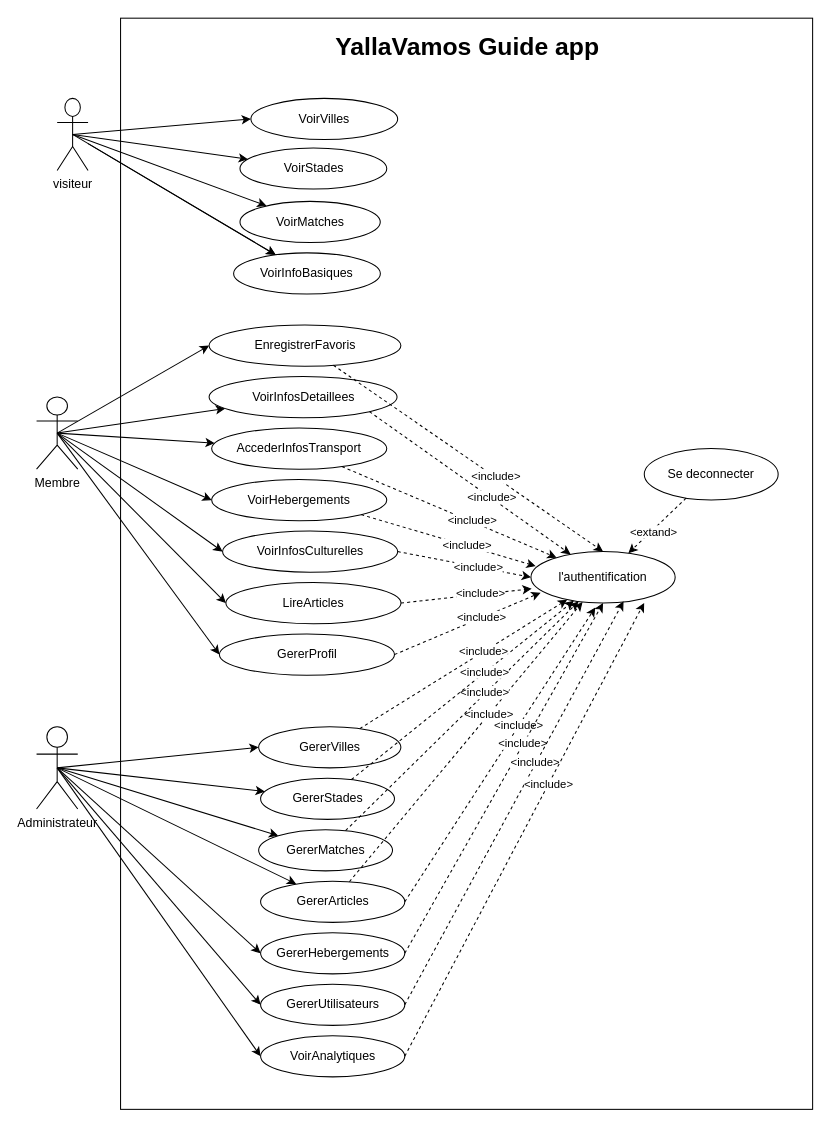
This is docs/useCase.drawio from Drissnafii/YallaVamos-Artisana, a draw.io file, before an edit. Source tidied: cells renumbered, new cells numbered last; positions are measured from the earlier drawing's top-left corner, leaving out a move shared by most shapes. Both pictures are drawn from the tidied source at 103%, with x=0, y=0 at pixel (-79, 26).
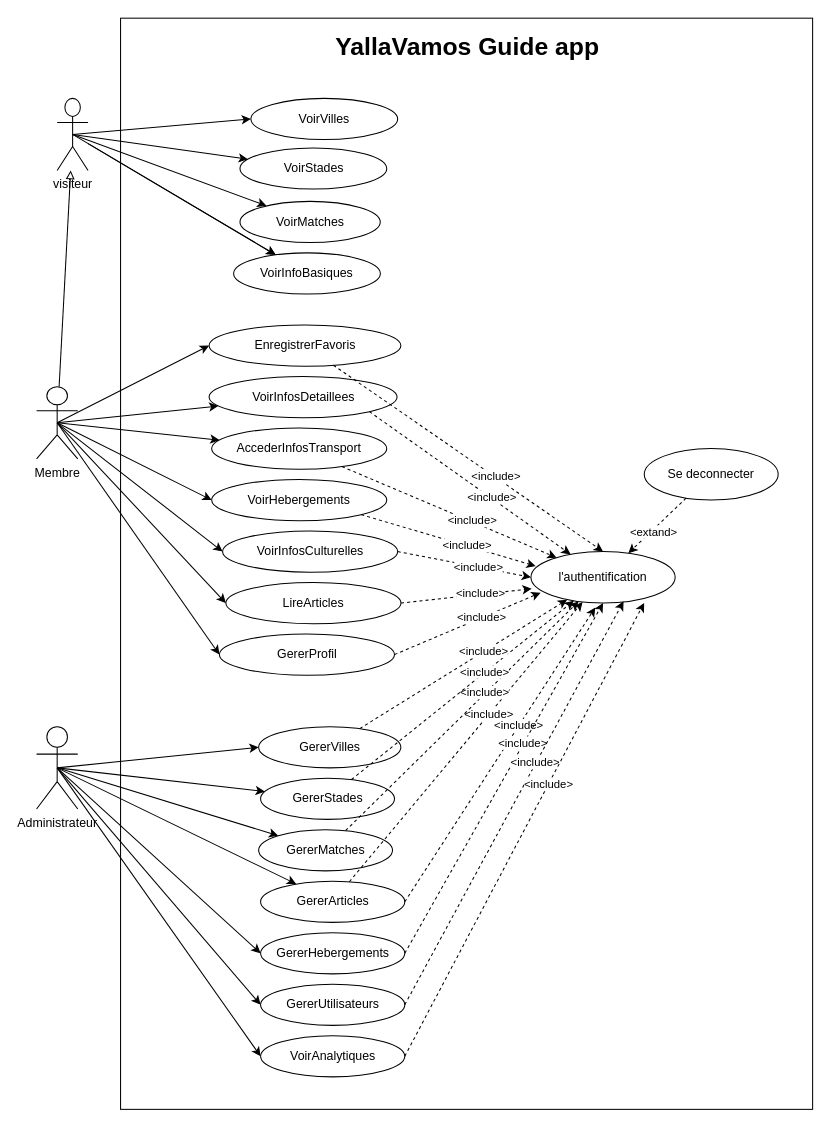
The same page after the edit.

Commit message:
fix: Adjust diagram dimensions and clean up edge definitions in use case diagram

The change refers to these unchanged cells:
```xml
<mxCell id="15" value="visiteur" style="shape=umlActor;verticalLabelPosition=bottom;verticalAlign=top;html=1;outlineConnect=0;" parent="1" vertex="1">
  <mxGeometry x="132" y="70" width="30" height="70" as="geometry" />
</mxCell>
```

Diff of the diagram source:
```diff
@@
+    <mxCell id="78" style="edgeStyle=none;html=1;endArrow=block;endFill=0;" parent="1" edge="1" source="10" target="15">
+      <mxGeometry relative="1" as="geometry" />
+    </mxCell>
     <mxCell id="10" value="Membre" style="shape=umlActor;verticalLabelPosition=bottom;verticalAlign=top;html=1;outlineConnect=0;" parent="1" vertex="1">
-      <mxGeometry x="112" y="360" width="40" height="70" as="geometry" />
+      <mxGeometry x="112" y="350" width="40" height="70" as="geometry" />
     </mxCell>
```
